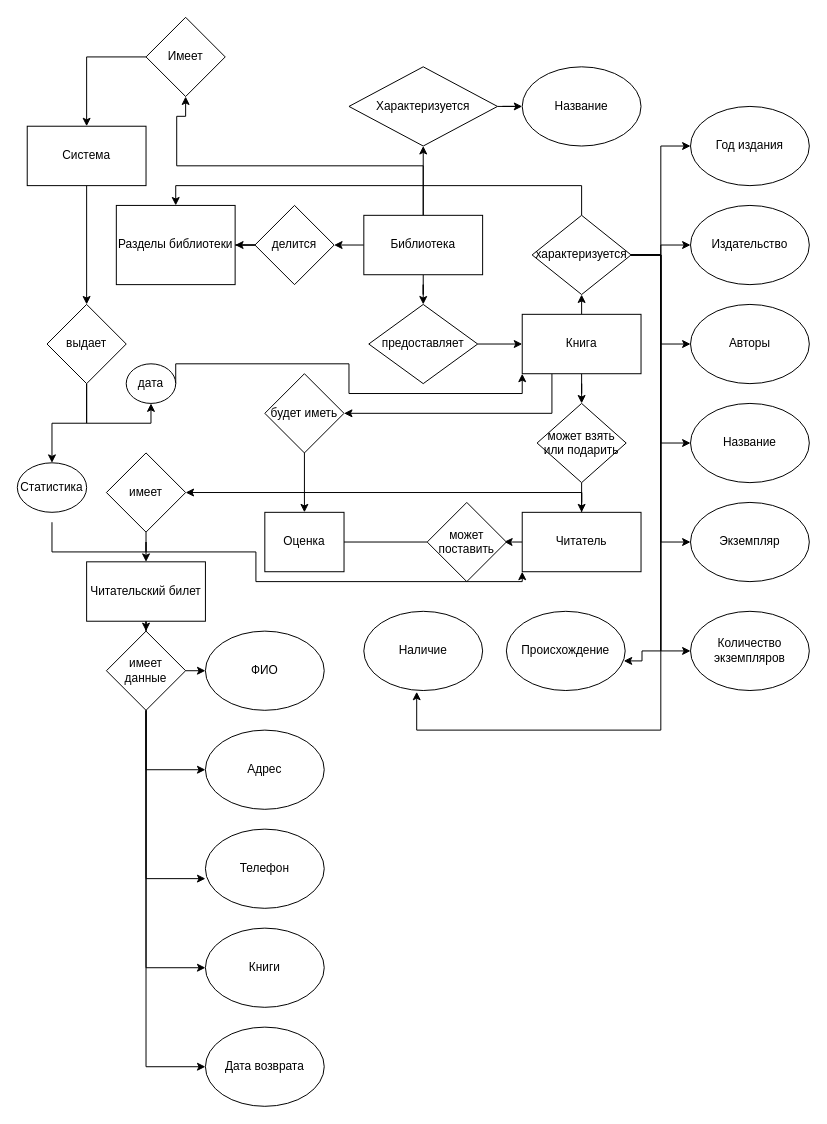
Earlier version of the draw.io diagram lab2.drawio (Volsom/a.v.moslov). Source tidied: cells renumbered, new cells numbered last; positions are measured from the earlier drawing's top-left corner, leaving out a move shared by most shapes. Both pictures are drawn from the tidied source at 99%, with x=0, y=0 at pixel (17, 17).
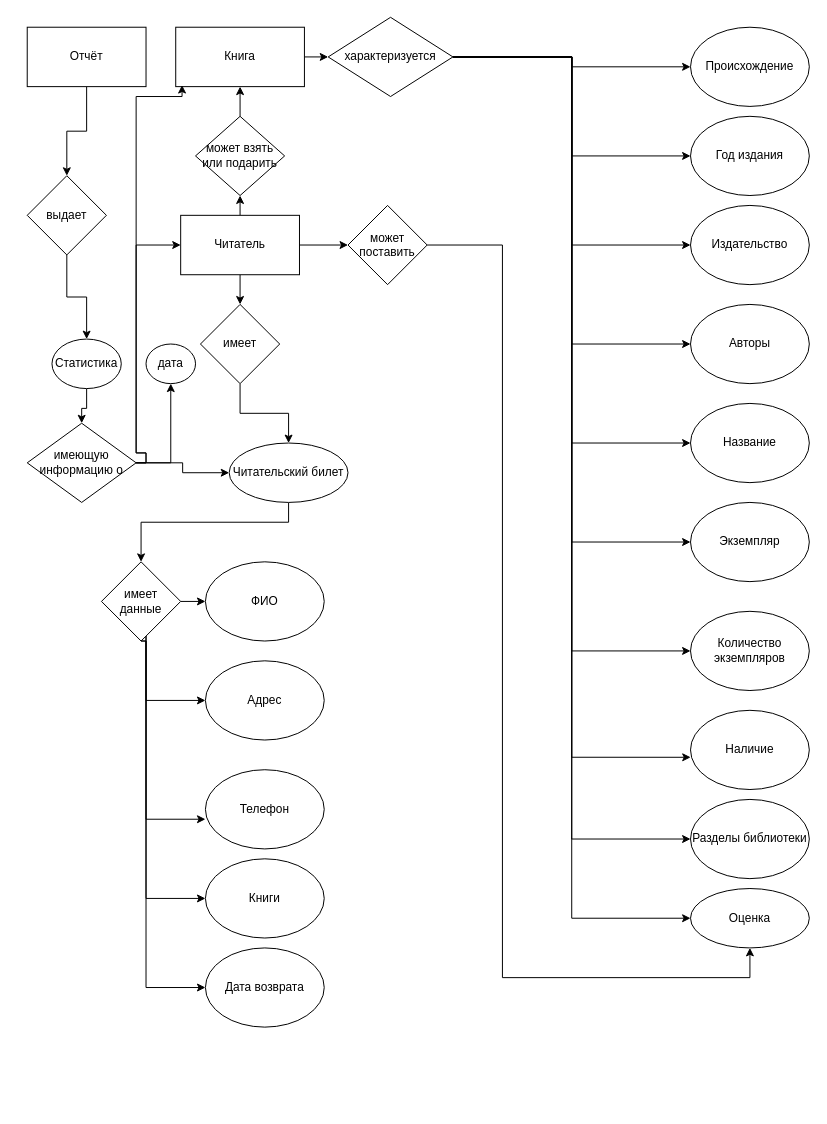
The same page after the edit.

Unchanged cells that the change refers to:
```xml
<mxCell id="23" value="Название" style="ellipse;whiteSpace=wrap;html=1;" parent="1" vertex="1">
  <mxGeometry x="680" y="390" width="120" height="80" as="geometry" />
</mxCell>
<mxCell id="24" value="Экземпляр" style="ellipse;whiteSpace=wrap;html=1;" parent="1" vertex="1">
  <mxGeometry x="680" y="490" width="120" height="80" as="geometry" />
</mxCell>
```

What changed in the source:
```diff
@@
-    <mxCell id="2" style="edgeStyle=orthogonalEdgeStyle;rounded=0;jettySize=auto;html=1;entryX=0.5;entryY=1;entryDx=0;entryDy=0;" parent="1" edge="1" source="6" target="9">
-      <mxGeometry relative="1" as="geometry" />
+    <mxCell id="2" style="edgeStyle=orthogonalEdgeStyle;rounded=0;orthogonalLoop=1;jettySize=auto;html=1;entryX=0.5;entryY=1;entryDx=0;entryDy=0;" parent="1" edge="1">
+      <mxGeometry relative="1" as="geometry">
+        <mxPoint x="410" y="200" as="sourcePoint" />
+      </mxGeometry>
     </mxCell>
-    <mxCell id="3" style="edgeStyle=orthogonalEdgeStyle;rounded=0;jettySize=auto;html=1;entryX=0.5;entryY=0;entryDx=0;entryDy=0;" parent="1" edge="1" source="6" target="19">
-      <mxGeometry relative="1" as="geometry" />
-    </mxCell>
-    <mxCell id="4" style="edgeStyle=orthogonalEdgeStyle;rounded=0;jettySize=auto;html=1;exitX=0;exitY=0.5;exitDx=0;exitDy=0;entryX=1;entryY=0.5;entryDx=0;entryDy=0;" parent="1" edge="1" source="6" target="29">
-      <mxGeometry relative="1" as="geometry" />
-    </mxCell>
-    <mxCell id="5" style="edgeStyle=orthogonalEdgeStyle;rounded=0;jettySize=auto;html=1;exitX=0.5;exitY=0;exitDx=0;exitDy=0;entryX=0.5;entryY=1;entryDx=0;entryDy=0;" parent="1" edge="1" source="6" target="63">
-      <mxGeometry relative="1" as="geometry">
-        <Array as="points">
-          <mxPoint x="410" y="150" />
-          <mxPoint x="161" y="150" />
-          <mxPoint x="161" y="100" />
-          <mxPoint x="170" y="100" />
-        </Array>
-      </mxGeometry>
-    </mxCell>
-    <mxCell id="6" value="Библиотека" style="rounded=0;whiteSpace=wrap;html=1;" parent="1" vertex="1">
-      <mxGeometry x="350" y="200" width="120" height="60" as="geometry" />
-    </mxCell>
-    <mxCell id="7" value="Название" style="ellipse;whiteSpace=wrap;html=1;" parent="1" vertex="1">
-      <mxGeometry x="510" y="50" width="120" height="80" as="geometry" />
-    </mxCell>
-    <mxCell id="8" style="edgeStyle=orthogonalEdgeStyle;rounded=0;jettySize=auto;html=1;" parent="1" edge="1" source="9" target="7">
-      <mxGeometry relative="1" as="geometry" />
+    <mxCell id="8" style="edgeStyle=orthogonalEdgeStyle;rounded=0;orthogonalLoop=1;jettySize=auto;html=1;" parent="1" edge="1">
+      <mxGeometry relative="1" as="geometry">
+        <mxPoint x="484.9" y="90.1" as="sourcePoint" />
+      </mxGeometry>
     </mxCell>
-    <mxCell id="9" value="Характеризуется" style="rhombus;whiteSpace=wrap;html=1;" parent="1" vertex="1">
-      <mxGeometry x="335" y="50" width="150" height="80" as="geometry" />
-    </mxCell>
-    <mxCell id="10" style="edgeStyle=orthogonalEdgeStyle;rounded=0;jettySize=auto;html=1;" parent="1" edge="1" source="13" target="21">
-      <mxGeometry relative="1" as="geometry" />
-    </mxCell>
-    <mxCell id="11" style="edgeStyle=orthogonalEdgeStyle;rounded=0;jettySize=auto;html=1;exitX=0.5;exitY=0;exitDx=0;exitDy=0;entryX=0.5;entryY=1;entryDx=0;entryDy=0;" parent="1" edge="1" source="13" target="40">
+    <mxCell id="11" style="edgeStyle=orthogonalEdgeStyle;rounded=0;jettySize=auto;html=1;exitX=1;exitY=0.5;exitDx=0;exitDy=0;entryX=0;entryY=0.5;entryDx=0;entryDy=0;" parent="1" edge="1" source="13" target="40">
       <mxGeometry relative="1" as="geometry" />
     </mxCell>
-    <mxCell id="12" style="edgeStyle=orthogonalEdgeStyle;rounded=0;jettySize=auto;html=1;exitX=0.25;exitY=1;exitDx=0;exitDy=0;" parent="1" edge="1" source="13" target="44">
-      <mxGeometry relative="1" as="geometry" />
-    </mxCell>
     <mxCell id="13" value="Книга" style="rounded=0;whiteSpace=wrap;html=1;" parent="1" vertex="1">
-      <mxGeometry x="510" y="300" width="120" height="60" as="geometry" />
+      <mxGeometry x="160" y="10" width="130" height="60" as="geometry" />
     </mxCell>
-    <mxCell id="14" style="edgeStyle=orthogonalEdgeStyle;rounded=0;jettySize=auto;html=1;entryX=0.5;entryY=1;entryDx=0;entryDy=0;" parent="1" edge="1" source="42" target="41">
-      <mxGeometry relative="1" as="geometry">
-        <Array as="points">
-          <mxPoint x="290" y="530" />
-        </Array>
-      </mxGeometry>
-    </mxCell>
+    <mxCell id="73" style="edgeStyle=orthogonalEdgeStyle;rounded=0;jettySize=auto;html=1;exitX=0.5;exitY=0;exitDx=0;exitDy=0;entryX=0.5;entryY=1;entryDx=0;entryDy=0;" parent="1" edge="1" source="17" target="21">
+      <mxGeometry relative="1" as="geometry" />
+    </mxCell>
-    <mxCell id="15" style="edgeStyle=orthogonalEdgeStyle;rounded=0;jettySize=auto;html=1;exitX=0;exitY=0.5;exitDx=0;exitDy=0;entryX=0.972;entryY=0.497;entryDx=0;entryDy=0;entryPerimeter=0;" parent="1" edge="1" source="17" target="42">
-      <mxGeometry relative="1" as="geometry">
-        <Array as="points">
-          <mxPoint x="500" y="530" />
-        </Array>
-      </mxGeometry>
+    <mxCell id="15" style="edgeStyle=orthogonalEdgeStyle;rounded=0;jettySize=auto;html=1;exitX=1;exitY=0.5;exitDx=0;exitDy=0;entryX=0;entryY=0.5;entryDx=0;entryDy=0;" parent="1" edge="1" source="17" target="42">
+      <mxGeometry relative="1" as="geometry" />
     </mxCell>
-    <mxCell id="16" style="edgeStyle=orthogonalEdgeStyle;rounded=0;jettySize=auto;html=1;entryX=1;entryY=0.5;entryDx=0;entryDy=0;" parent="1" edge="1" source="17" target="48">
-      <mxGeometry relative="1" as="geometry">
-        <Array as="points">
-          <mxPoint x="570" y="480" />
-        </Array>
-      </mxGeometry>
+    <mxCell id="16" style="edgeStyle=orthogonalEdgeStyle;rounded=0;jettySize=auto;html=1;exitX=0.5;exitY=1;exitDx=0;exitDy=0;entryX=0.5;entryY=0;entryDx=0;entryDy=0;" parent="1" edge="1" source="17" target="48">
+      <mxGeometry relative="1" as="geometry" />
     </mxCell>
     <mxCell id="17" value="Читатель" style="rounded=0;whiteSpace=wrap;html=1;" parent="1" vertex="1">
-      <mxGeometry x="510" y="500" width="120" height="60" as="geometry" />
+      <mxGeometry x="165" y="200" width="120" height="60" as="geometry" />
     </mxCell>
-    <mxCell id="18" style="edgeStyle=orthogonalEdgeStyle;rounded=0;jettySize=auto;html=1;entryX=0;entryY=0.5;entryDx=0;entryDy=0;" parent="1" edge="1" source="19" target="13">
-      <mxGeometry relative="1" as="geometry" />
-    </mxCell>
-    <mxCell id="19" value="предоставляет" style="rhombus;whiteSpace=wrap;html=1;" parent="1" vertex="1">
-      <mxGeometry x="355" y="290" width="110" height="80" as="geometry" />
-    </mxCell>
-    <mxCell id="20" style="edgeStyle=orthogonalEdgeStyle;rounded=0;jettySize=auto;html=1;entryX=0.5;entryY=0;entryDx=0;entryDy=0;" parent="1" edge="1" source="21" target="17">
-      <mxGeometry relative="1" as="geometry" />
-    </mxCell>
+    <mxCell id="74" style="edgeStyle=orthogonalEdgeStyle;rounded=0;jettySize=auto;html=1;exitX=0.5;exitY=0;exitDx=0;exitDy=0;entryX=0.5;entryY=1;entryDx=0;entryDy=0;" parent="1" edge="1" source="21" target="13">
+      <mxGeometry relative="1" as="geometry" />
+    </mxCell>
     <mxCell id="21" value="может взять или подарить" style="rhombus;whiteSpace=wrap;html=1;" parent="1" vertex="1">
-      <mxGeometry x="525" y="390" width="90" height="80" as="geometry" />
+      <mxGeometry x="180" y="100" width="90" height="80" as="geometry" />
     </mxCell>
@@
     <mxCell id="26" value="Год издания" style="ellipse;whiteSpace=wrap;html=1;" parent="1" vertex="1">
-      <mxGeometry x="680" y="90" width="120" height="80" as="geometry" />
+      <mxGeometry x="680" y="100" width="120" height="80" as="geometry" />
     </mxCell>
@@
-    <mxCell id="28" style="edgeStyle=orthogonalEdgeStyle;rounded=0;jettySize=auto;html=1;exitX=0;exitY=0.5;exitDx=0;exitDy=0;" parent="1" edge="1" source="29" target="30">
-      <mxGeometry relative="1" as="geometry" />
-    </mxCell>
-    <mxCell id="29" value="делится" style="rhombus;whiteSpace=wrap;html=1;" parent="1" vertex="1">
-      <mxGeometry x="240" y="190" width="80" height="80" as="geometry" />
-    </mxCell>
-    <mxCell id="30" value="Разделы библиотеки&lt;br&gt;" style="whiteSpace=wrap;html=1;rounded=0;" parent="1" vertex="1">
-      <mxGeometry x="100" y="190" width="120" height="80" as="geometry" />
-    </mxCell>
+    <mxCell id="38" style="edgeStyle=orthogonalEdgeStyle;rounded=0;jettySize=auto;html=1;exitX=1;exitY=0.5;exitDx=0;exitDy=0;" parent="1" edge="1" source="40" target="45">
+      <mxGeometry relative="1" as="geometry" />
+    </mxCell>
+    <mxCell id="32" style="edgeStyle=orthogonalEdgeStyle;rounded=0;jettySize=auto;html=1;exitX=1;exitY=0.5;exitDx=0;exitDy=0;entryX=0;entryY=0.5;entryDx=0;entryDy=0;" parent="1" edge="1" source="40" target="26">
+      <mxGeometry relative="1" as="geometry" />
+    </mxCell>
@@
-    <mxCell id="32" style="edgeStyle=orthogonalEdgeStyle;rounded=0;jettySize=auto;html=1;exitX=1;exitY=0.5;exitDx=0;exitDy=0;" parent="1" edge="1" source="40" target="26">
-      <mxGeometry relative="1" as="geometry">
-        <Array as="points">
-          <mxPoint x="650" y="240" />
-          <mxPoint x="650" y="130" />
-        </Array>
-      </mxGeometry>
-    </mxCell>
@@
-    <mxCell id="34" style="edgeStyle=orthogonalEdgeStyle;rounded=0;jettySize=auto;html=1;entryX=0;entryY=0.5;entryDx=0;entryDy=0;" parent="1" edge="1" source="40" target="23">
+    <mxCell id="34" style="edgeStyle=orthogonalEdgeStyle;rounded=0;jettySize=auto;html=1;exitX=1;exitY=0.5;exitDx=0;exitDy=0;entryX=0;entryY=0.5;entryDx=0;entryDy=0;" parent="1" edge="1" source="40" target="23">
       <mxGeometry relative="1" as="geometry" />
     </mxCell>
-    <mxCell id="35" style="edgeStyle=orthogonalEdgeStyle;rounded=0;jettySize=auto;html=1;entryX=0;entryY=0.5;entryDx=0;entryDy=0;" parent="1" edge="1" source="40" target="24">
+    <mxCell id="35" style="edgeStyle=orthogonalEdgeStyle;rounded=0;jettySize=auto;html=1;exitX=1;exitY=0.5;exitDx=0;exitDy=0;entryX=0;entryY=0.5;entryDx=0;entryDy=0;" parent="1" edge="1" source="40" target="24">
       <mxGeometry relative="1" as="geometry" />
     </mxCell>
@@
+    <mxCell id="75" style="edgeStyle=orthogonalEdgeStyle;rounded=0;jettySize=auto;html=1;exitX=1;exitY=0.5;exitDx=0;exitDy=0;entryX=0;entryY=0.5;entryDx=0;entryDy=0;" parent="1" edge="1" source="40" target="41">
+      <mxGeometry relative="1" as="geometry" />
+    </mxCell>
-    <mxCell id="37" style="edgeStyle=orthogonalEdgeStyle;rounded=0;jettySize=auto;html=1;entryX=0.5;entryY=0;entryDx=0;entryDy=0;" parent="1" edge="1" source="40" target="30">
-      <mxGeometry relative="1" as="geometry">
-        <Array as="points">
-          <mxPoint x="570" y="170" />
-          <mxPoint x="160" y="170" />
-        </Array>
-      </mxGeometry>
+    <mxCell id="37" style="edgeStyle=orthogonalEdgeStyle;rounded=0;jettySize=auto;html=1;entryX=0;entryY=0.5;entryDx=0;entryDy=0;" parent="1" edge="1" source="40" target="30">
+      <mxGeometry relative="1" as="geometry" />
     </mxCell>
-    <mxCell id="38" style="edgeStyle=orthogonalEdgeStyle;rounded=0;jettySize=auto;html=1;exitX=1;exitY=0.5;exitDx=0;exitDy=0;entryX=0.988;entryY=0.626;entryDx=0;entryDy=0;entryPerimeter=0;" parent="1" edge="1" source="40" target="45">
-      <mxGeometry relative="1" as="geometry">
-        <Array as="points">
-          <mxPoint x="650" y="240" />
-          <mxPoint x="650" y="640" />
-          <mxPoint x="631" y="640" />
-          <mxPoint x="631" y="650" />
-        </Array>
-      </mxGeometry>
-    </mxCell>
-    <mxCell id="39" style="edgeStyle=orthogonalEdgeStyle;rounded=0;jettySize=auto;html=1;entryX=0.445;entryY=1.016;entryDx=0;entryDy=0;entryPerimeter=0;" parent="1" edge="1" target="46">
-      <mxGeometry relative="1" as="geometry">
-        <mxPoint x="650" y="240" as="sourcePoint" />
-        <Array as="points">
-          <mxPoint x="650" y="720" />
-          <mxPoint x="403" y="720" />
-        </Array>
-      </mxGeometry>
-    </mxCell>
     <mxCell id="40" value="характеризуется" style="rhombus;whiteSpace=wrap;html=1;" parent="1" vertex="1">
-      <mxGeometry x="520" y="200" width="100" height="80" as="geometry" />
+      <mxGeometry x="314" width="126" height="80" as="geometry" />
     </mxCell>
-    <mxCell id="41" value="Оценка" style="rectange;whiteSpace=wrap;html=1;" parent="1" vertex="1">
-      <mxGeometry x="250" y="500" width="80" height="60" as="geometry" />
+    <mxCell id="41" value="Оценка" style="ellipse;whiteSpace=wrap;html=1;" parent="1" vertex="1">
+      <mxGeometry x="680" y="880" width="120" height="60" as="geometry" />
     </mxCell>
+    <mxCell id="14" style="edgeStyle=orthogonalEdgeStyle;rounded=0;jettySize=auto;html=1;exitX=1;exitY=0.5;exitDx=0;exitDy=0;entryX=0.5;entryY=1;entryDx=0;entryDy=0;" parent="1" edge="1" source="42" target="41">
+      <mxGeometry relative="1" as="geometry">
+        <Array as="points">
+          <mxPoint x="490" y="230" />
+          <mxPoint x="490" y="970" />
+          <mxPoint x="740" y="970" />
+        </Array>
+      </mxGeometry>
+    </mxCell>
     <mxCell id="42" value="может поставить" style="rhombus;whiteSpace=wrap;html=1;" parent="1" vertex="1">
-      <mxGeometry x="414" y="490" width="80" height="80" as="geometry" />
+      <mxGeometry x="334" y="190" width="80" height="80" as="geometry" />
     </mxCell>
-    <mxCell id="43" style="edgeStyle=orthogonalEdgeStyle;rounded=0;jettySize=auto;html=1;exitX=0.5;exitY=1;exitDx=0;exitDy=0;" parent="1" edge="1" source="44" target="41">
-      <mxGeometry relative="1" as="geometry" />
-    </mxCell>
-    <mxCell id="44" value="будет иметь" style="rhombus;whiteSpace=wrap;html=1;" parent="1" vertex="1">
-      <mxGeometry x="250" y="360" width="80" height="80" as="geometry" />
-    </mxCell>
     <mxCell id="45" value="Происхождение" style="ellipse;whiteSpace=wrap;html=1;" parent="1" vertex="1">
-      <mxGeometry x="494" y="600" width="120" height="80" as="geometry" />
+      <mxGeometry x="680" y="10" width="120" height="80" as="geometry" />
     </mxCell>
     <mxCell id="46" value="Наличие" style="ellipse;whiteSpace=wrap;html=1;" parent="1" vertex="1">
-      <mxGeometry x="350" y="600" width="120" height="80" as="geometry" />
+      <mxGeometry x="680" y="700" width="120" height="80" as="geometry" />
     </mxCell>
@@
     <mxCell id="48" value="имеет" style="rhombus;whiteSpace=wrap;html=1;" parent="1" vertex="1">
-      <mxGeometry x="90" y="440" width="80" height="80" as="geometry" />
+      <mxGeometry x="185" y="290" width="80" height="80" as="geometry" />
     </mxCell>
     <mxCell id="49" style="edgeStyle=orthogonalEdgeStyle;rounded=0;jettySize=auto;html=1;entryX=0.5;entryY=0;entryDx=0;entryDy=0;" parent="1" edge="1" source="50" target="59">
-      <mxGeometry relative="1" as="geometry" />
+      <mxGeometry relative="1" as="geometry">
+        <Array as="points">
+          <mxPoint x="274" y="510" />
+          <mxPoint x="125" y="510" />
+        </Array>
+      </mxGeometry>
     </mxCell>
-    <mxCell id="50" value="Читательский билет" style="rounded=0;whiteSpace=wrap;html=1;" parent="1" vertex="1">
-      <mxGeometry x="70" y="550" width="120" height="60" as="geometry" />
+    <mxCell id="50" value="Читательский билет" style="ellipse;rounded=0;whiteSpace=wrap;html=1;" parent="1" vertex="1">
+      <mxGeometry x="214" y="430" width="120" height="60" as="geometry" />
     </mxCell>
     <mxCell id="51" value="ФИО" style="ellipse;whiteSpace=wrap;html=1;" parent="1" vertex="1">
-      <mxGeometry x="190" y="620" width="120" height="80" as="geometry" />
+      <mxGeometry x="190" y="550" width="120" height="80" as="geometry" />
     </mxCell>
     <mxCell id="52" value="Адрес" style="ellipse;whiteSpace=wrap;html=1;" parent="1" vertex="1">
-      <mxGeometry x="190" y="720" width="120" height="80" as="geometry" />
+      <mxGeometry x="190" y="650" width="120" height="80" as="geometry" />
     </mxCell>
     <mxCell id="53" value="Телефон" style="ellipse;whiteSpace=wrap;html=1;" parent="1" vertex="1">
-      <mxGeometry x="190" y="820" width="120" height="80" as="geometry" />
+      <mxGeometry x="190" y="760" width="120" height="80" as="geometry" />
     </mxCell>
     <mxCell id="54" value="Книги" style="ellipse;whiteSpace=wrap;html=1;" parent="1" vertex="1">
-      <mxGeometry x="190" y="920" width="120" height="80" as="geometry" />
+      <mxGeometry x="190" y="850" width="120" height="80" as="geometry" />
     </mxCell>
     <mxCell id="55" value="Дата возврата" style="ellipse;whiteSpace=wrap;html=1;" parent="1" vertex="1">
-      <mxGeometry x="190" y="1020" width="120" height="80" as="geometry" />
+      <mxGeometry x="190" y="940" width="120" height="80" as="geometry" />
     </mxCell>
@@
     <mxCell id="57" style="edgeStyle=orthogonalEdgeStyle;rounded=0;jettySize=auto;html=1;entryX=0;entryY=0.5;entryDx=0;entryDy=0;" parent="1" edge="1" source="59" target="52">
       <mxGeometry relative="1" as="geometry">
         <Array as="points">
-          <mxPoint x="130" y="760" />
+          <mxPoint x="130" y="690" />
+          <mxPoint x="190" y="690" />
         </Array>
       </mxGeometry>
     </mxCell>
     <mxCell id="58" style="edgeStyle=orthogonalEdgeStyle;rounded=0;jettySize=auto;html=1;entryX=0;entryY=0.625;entryDx=0;entryDy=0;entryPerimeter=0;" parent="1" edge="1" source="59" target="53">
       <mxGeometry relative="1" as="geometry">
         <Array as="points">
-          <mxPoint x="130" y="870" />
+          <mxPoint x="130" y="810" />
         </Array>
       </mxGeometry>
     </mxCell>
     <mxCell id="59" value="имеет данные" style="rhombus;whiteSpace=wrap;html=1;" parent="1" vertex="1">
-      <mxGeometry x="90" y="620" width="80" height="80" as="geometry" />
+      <mxGeometry x="85" y="550" width="80" height="80" as="geometry" />
     </mxCell>
     <mxCell id="60" style="edgeStyle=orthogonalEdgeStyle;rounded=0;jettySize=auto;html=1;exitX=0.5;exitY=1;exitDx=0;exitDy=0;entryX=0;entryY=0.5;entryDx=0;entryDy=0;" parent="1" edge="1" source="59" target="54">
       <mxGeometry relative="1" as="geometry">
         <Array as="points">
-          <mxPoint x="130" y="960" />
+          <mxPoint x="130" y="630" />
+          <mxPoint x="130" y="890" />
         </Array>
       </mxGeometry>
     </mxCell>
     <mxCell id="61" style="edgeStyle=orthogonalEdgeStyle;rounded=0;jettySize=auto;html=1;exitX=0.5;exitY=1;exitDx=0;exitDy=0;entryX=0;entryY=0.5;entryDx=0;entryDy=0;" parent="1" edge="1" source="59" target="55">
       <mxGeometry relative="1" as="geometry">
         <Array as="points">
-          <mxPoint x="130" y="1060" />
+          <mxPoint x="130" y="630" />
+          <mxPoint x="130" y="980" />
         </Array>
       </mxGeometry>
     </mxCell>
-    <mxCell id="62" style="edgeStyle=orthogonalEdgeStyle;rounded=0;jettySize=auto;html=1;exitX=0;exitY=0.5;exitDx=0;exitDy=0;entryX=0.5;entryY=0;entryDx=0;entryDy=0;" parent="1" edge="1" source="63" target="65">
-      <mxGeometry relative="1" as="geometry" />
-    </mxCell>
-    <mxCell id="63" value="Имеет" style="rhombus;whiteSpace=wrap;html=1;" parent="1" vertex="1">
-      <mxGeometry x="130" width="80" height="80" as="geometry" />
-    </mxCell>
@@
-    <mxCell id="65" value="Система" style="rounded=0;whiteSpace=wrap;html=1;" parent="1" vertex="1">
-      <mxGeometry x="10" y="110" width="120" height="60" as="geometry" />
+    <mxCell id="65" value="Отчёт" style="rounded=0;whiteSpace=wrap;html=1;" parent="1" vertex="1">
+      <mxGeometry x="10" y="10" width="120" height="60" as="geometry" />
     </mxCell>
-    <mxCell id="66" style="edgeStyle=orthogonalEdgeStyle;rounded=0;jettySize=auto;html=1;exitX=0.5;exitY=1;exitDx=0;exitDy=0;entryX=0.5;entryY=1;entryDx=0;entryDy=0;" parent="1" edge="1" source="68" target="70">
-      <mxGeometry relative="1" as="geometry" />
-    </mxCell>
@@
     <mxCell id="68" value="выдает" style="rhombus;whiteSpace=wrap;html=1;" parent="1" vertex="1">
-      <mxGeometry x="30" y="290" width="80" height="80" as="geometry" />
+      <mxGeometry x="10" y="160" width="80" height="80" as="geometry" />
     </mxCell>
-    <mxCell id="69" style="edgeStyle=orthogonalEdgeStyle;rounded=0;jettySize=auto;html=1;exitX=1;exitY=0.5;exitDx=0;exitDy=0;entryX=0;entryY=1;entryDx=0;entryDy=0;" parent="1" edge="1" source="70" target="13">
-      <mxGeometry relative="1" as="geometry">
-        <Array as="points">
-          <mxPoint x="160" y="350" />
-          <mxPoint x="335" y="350" />
-          <mxPoint x="335" y="380" />
-          <mxPoint x="510" y="380" />
-        </Array>
-      </mxGeometry>
-    </mxCell>
     <mxCell id="70" value="дата" style="ellipse;whiteSpace=wrap;html=1;" parent="1" vertex="1">
-      <mxGeometry x="110" y="350" width="50" height="40" as="geometry" />
+      <mxGeometry x="130" y="330" width="50" height="40" as="geometry" />
     </mxCell>
-    <mxCell id="71" style="edgeStyle=orthogonalEdgeStyle;rounded=0;jettySize=auto;html=1;exitX=0.5;exitY=1;exitDx=0;exitDy=0;entryX=0;entryY=1;entryDx=0;entryDy=0;" parent="1" edge="1" target="17">
-      <mxGeometry relative="1" as="geometry">
-        <mxPoint x="35" y="510" as="sourcePoint" />
-        <Array as="points">
-          <mxPoint x="35" y="540" />
-          <mxPoint x="241" y="540" />
-          <mxPoint x="241" y="570" />
-          <mxPoint x="510" y="570" />
-        </Array>
-      </mxGeometry>
-    </mxCell>
+    <mxCell id="76" style="edgeStyle=orthogonalEdgeStyle;rounded=0;jettySize=auto;html=1;exitX=0.5;exitY=1;exitDx=0;exitDy=0;" parent="1" edge="1" source="72" target="82">
+      <mxGeometry relative="1" as="geometry" />
+    </mxCell>
     <mxCell id="72" value="Статистика" style="ellipse;whiteSpace=wrap;html=1;" parent="1" vertex="1">
-      <mxGeometry y="450" width="70" height="50" as="geometry" />
+      <mxGeometry x="35" y="325" width="70" height="50" as="geometry" />
     </mxCell>
+    <mxCell id="77" style="edgeStyle=orthogonalEdgeStyle;rounded=0;jettySize=auto;html=1;entryX=0.001;entryY=0.593;entryDx=0;entryDy=0;entryPerimeter=0;" parent="1" edge="1" source="40" target="46">
+      <mxGeometry relative="1" as="geometry" />
+    </mxCell>
+    <mxCell id="30" value="Разделы библиотеки&lt;br&gt;" style="ellipse;whiteSpace=wrap;html=1;rounded=0;" parent="1" vertex="1">
+      <mxGeometry x="680" y="790" width="120" height="80" as="geometry" />
+    </mxCell>
+    <mxCell id="78" style="edgeStyle=orthogonalEdgeStyle;rounded=0;jettySize=auto;html=1;exitX=1;exitY=0.5;exitDx=0;exitDy=0;entryX=0.5;entryY=1;entryDx=0;entryDy=0;" parent="1" edge="1" source="82" target="70">
+      <mxGeometry relative="1" as="geometry" />
+    </mxCell>
+    <mxCell id="79" style="edgeStyle=orthogonalEdgeStyle;rounded=0;jettySize=auto;html=1;exitX=1;exitY=0.5;exitDx=0;exitDy=0;entryX=0;entryY=0.5;entryDx=0;entryDy=0;" parent="1" edge="1" source="82" target="50">
+      <mxGeometry relative="1" as="geometry" />
+    </mxCell>
+    <mxCell id="80" style="edgeStyle=orthogonalEdgeStyle;rounded=0;jettySize=auto;html=1;exitX=1;exitY=0.5;exitDx=0;exitDy=0;entryX=0.049;entryY=0.974;entryDx=0;entryDy=0;entryPerimeter=0;" parent="1" edge="1" source="82" target="13">
+      <mxGeometry relative="1" as="geometry">
+        <Array as="points">
+          <mxPoint x="130" y="440" />
+          <mxPoint x="120" y="440" />
+          <mxPoint x="120" y="80" />
+          <mxPoint x="166" y="80" />
+        </Array>
+      </mxGeometry>
+    </mxCell>
+    <mxCell id="81" style="edgeStyle=orthogonalEdgeStyle;rounded=0;jettySize=auto;html=1;exitX=1;exitY=0.5;exitDx=0;exitDy=0;entryX=0;entryY=0.5;entryDx=0;entryDy=0;" parent="1" edge="1" source="82" target="17">
+      <mxGeometry relative="1" as="geometry">
+        <Array as="points">
+          <mxPoint x="130" y="440" />
+          <mxPoint x="120" y="440" />
+          <mxPoint x="120" y="230" />
+        </Array>
+      </mxGeometry>
+    </mxCell>
+    <mxCell id="82" value="имеющую информацию о" style="rhombus;whiteSpace=wrap;html=1;" parent="1" vertex="1">
+      <mxGeometry x="10" y="410" width="110" height="80" as="geometry" />
+    </mxCell>
```
